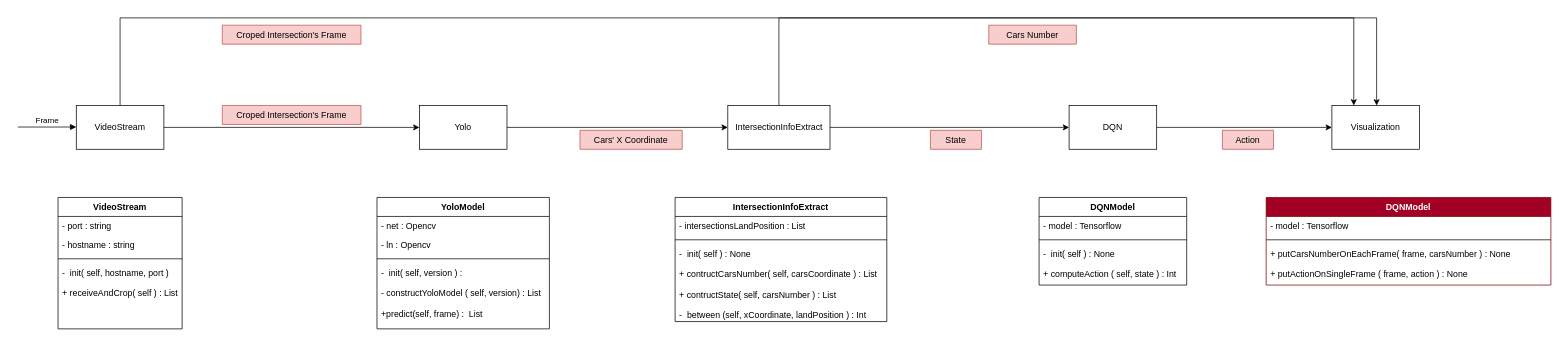
Before: System UML Design.drawio in houance/Intelligent-Traffic-Light-System, a draw.io diagram. Source tidied: cells renumbered, new cells numbered last; positions are measured from the earlier drawing's top-left corner, leaving out a move shared by most shapes. Both pictures are drawn from the tidied source at 73%, with x=0, y=0 at pixel (18, 18).
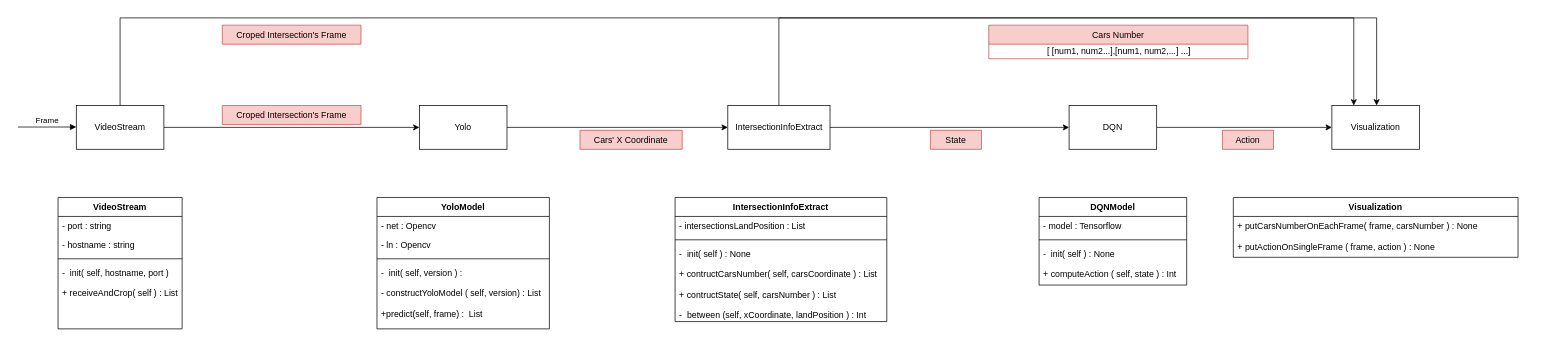
The same diagram, later.

The edit, as a diff of the source:
```diff
@@
-    <mxCell id="20" value="Cars Number" style="swimlane;fontStyle=0;horizontal=1;startSize=26;fillColor=#f8cecc;strokeColor=#b85450;" parent="1" vertex="1" collapsed="1">
-      <mxGeometry x="1330" y="10" width="120" height="26" as="geometry" />
+    <mxCell id="20" value="Cars Number" style="swimlane;fontStyle=0;horizontal=1;startSize=26;fillColor=#f8cecc;strokeColor=#b85450;" parent="1" vertex="1">
+      <mxGeometry x="1330" y="10" width="355" height="46" as="geometry" />
     </mxCell>
+    <mxCell id="42" value="[ [num1, num2...],[num1, num2,...] ...]" style="text;html=1;align=center;verticalAlign=middle;" parent="20" vertex="1">
+      <mxGeometry y="26" width="355" height="20" as="geometry" />
+    </mxCell>
@@
-    <mxCell id="37" value="DQNModel" style="swimlane;fontStyle=1;align=center;verticalAlign=top;horizontal=1;startSize=26;fillColor=#a20025;strokeColor=#6F0000;swimlaneFillColor=none;fontColor=#ffffff;" parent="1" vertex="1">
-      <mxGeometry x="1710" y="246" width="390" height="120" as="geometry" />
+    <mxCell id="37" value="Visualization" style="swimlane;fontStyle=1;align=center;verticalAlign=top;horizontal=1;startSize=26;swimlaneFillColor=none;" parent="1" vertex="1">
+      <mxGeometry x="1665" y="246" width="390" height="82" as="geometry" />
     </mxCell>
-    <mxCell id="38" value="- model : Tensorflow&#10;" style="text;strokeColor=none;fillColor=none;align=left;verticalAlign=top;spacingLeft=4;spacingRight=4;overflow=hidden;" parent="37" vertex="1">
-      <mxGeometry y="26" width="390" height="26" as="geometry" />
-    </mxCell>
-    <mxCell id="39" style="line;strokeWidth=1;fillColor=none;align=left;verticalAlign=middle;spacingTop=-1;spacingLeft=3;spacingRight=3;labelPosition=right;" parent="37" vertex="1">
-      <mxGeometry y="52" width="390" height="12" as="geometry" />
-    </mxCell>
     <mxCell id="40" value="+ putCarsNumberOnEachFrame( frame, carsNumber ) : None&#10;&#10;+ putActionOnSingleFrame ( frame, action ) : None" style="text;strokeColor=none;fillColor=none;align=left;verticalAlign=top;spacingLeft=4;spacingRight=4;overflow=hidden;" parent="37" vertex="1">
-      <mxGeometry y="64" width="390" height="56" as="geometry" />
+      <mxGeometry y="26" width="390" height="56" as="geometry" />
     </mxCell>
```
